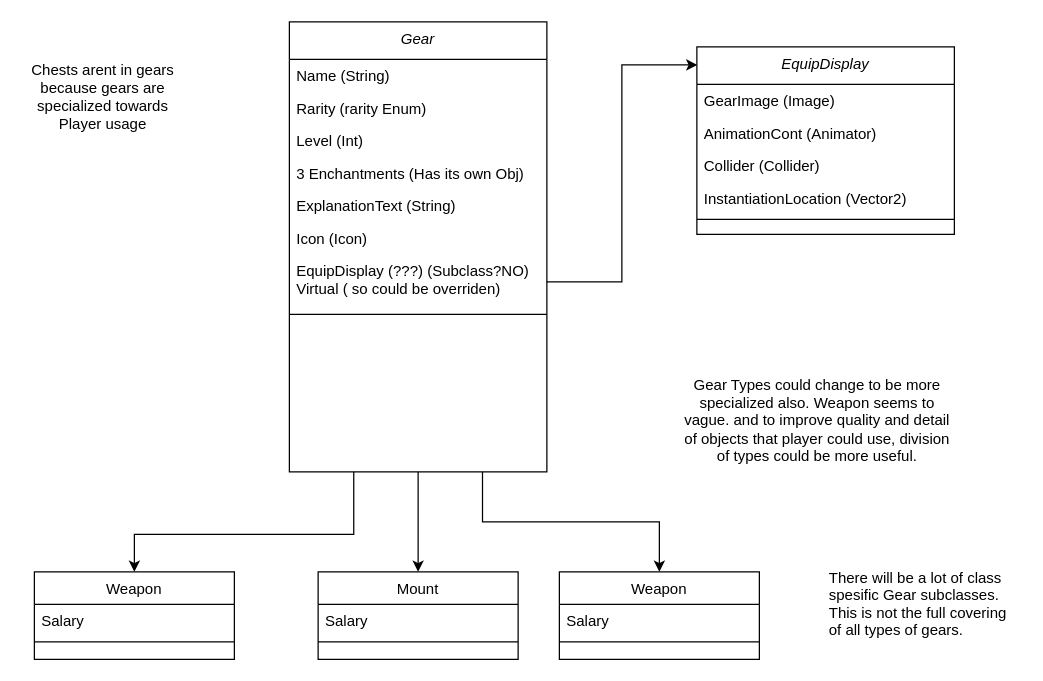
Earlier version of the draw.io diagram GearHierarchy.drawio (DaghanS/GameUpdate). Source tidied: cells renumbered, new cells numbered last; positions are measured from the earlier drawing's top-left corner, leaving out a move shared by most shapes. Both pictures are drawn from the tidied source at 125%, with x=0, y=0 at pixel (21, 21).
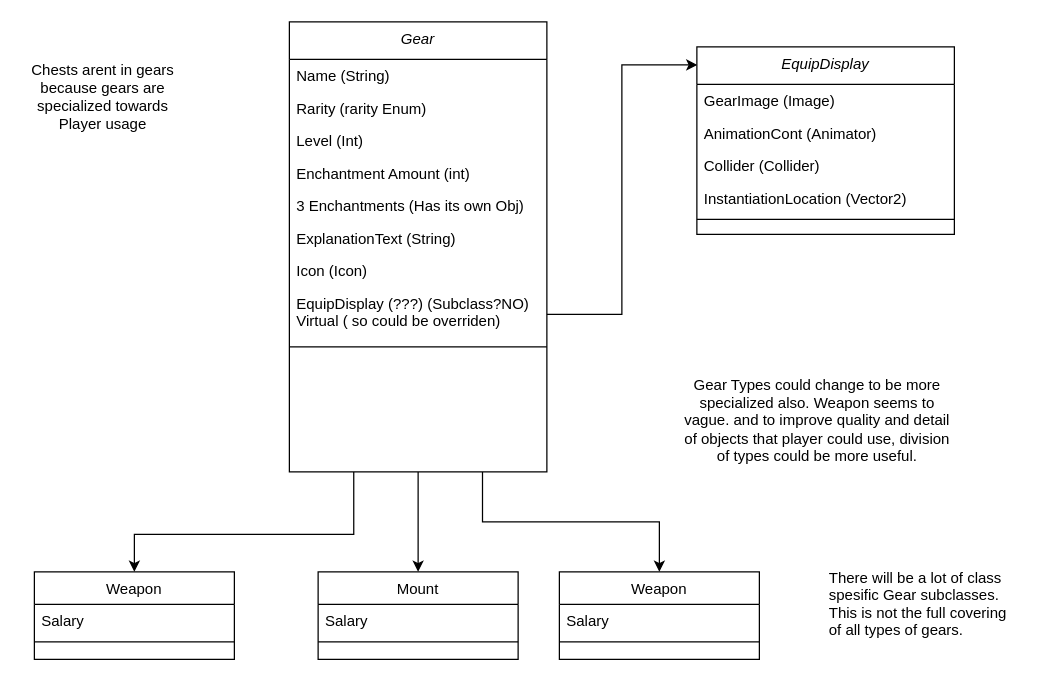
Above is the later version.

The change refers to these unchanged cells:
```xml
<mxCell id="5" value="Gear&#10;" style="swimlane;fontStyle=2;align=center;verticalAlign=top;horizontal=1;startSize=30;rounded=0;shadow=0;strokeWidth=1;strokeColor=default;" parent="1" vertex="1">
  <mxGeometry x="214" width="206" height="360" as="geometry" />
</mxCell>
```

What changed in the source:
```diff
@@
+    <mxCell id="33" value="Enchantment Amount (int)" style="text;align=left;verticalAlign=top;spacingLeft=4;spacingRight=4;overflow=hidden;" parent="5" vertex="1">
+      <mxGeometry y="108" width="206" height="26" as="geometry" />
+    </mxCell>
     <mxCell id="9" value="3 Enchantments (Has its own Obj)" style="text;align=left;verticalAlign=top;spacingLeft=4;spacingRight=4;overflow=hidden;" parent="5" vertex="1">
-      <mxGeometry y="108" width="206" height="26" as="geometry" />
+      <mxGeometry y="134" width="206" height="26" as="geometry" />
     </mxCell>
     <mxCell id="10" value="ExplanationText (String)&#10;" style="text;align=left;verticalAlign=top;spacingLeft=4;spacingRight=4;overflow=hidden;" parent="5" vertex="1">
-      <mxGeometry y="134" width="206" height="26" as="geometry" />
+      <mxGeometry y="160" width="206" height="26" as="geometry" />
     </mxCell>
     <mxCell id="11" value="Icon (Icon)" style="text;align=left;verticalAlign=top;spacingLeft=4;spacingRight=4;overflow=hidden;" parent="5" vertex="1">
-      <mxGeometry y="160" width="206" height="26" as="geometry" />
+      <mxGeometry y="186" width="206" height="26" as="geometry" />
     </mxCell>
     <mxCell id="12" value="EquipDisplay (???) (Subclass?NO)&#10;Virtual ( so could be overriden)&#10;" style="text;align=left;verticalAlign=top;spacingLeft=4;spacingRight=4;overflow=hidden;points=[[0,0.5],[1,0.5]];portConstraint=eastwest;" parent="5" vertex="1">
-      <mxGeometry y="186" width="206" height="44" as="geometry" />
+      <mxGeometry y="212" width="206" height="44" as="geometry" />
     </mxCell>
     <mxCell id="13" style="line;html=1;strokeWidth=1;align=left;verticalAlign=middle;spacingTop=-1;spacingLeft=3;spacingRight=3;labelPosition=right;" parent="5" vertex="1">
-      <mxGeometry y="230" width="206" height="8" as="geometry" />
+      <mxGeometry y="256" width="206" height="8" as="geometry" />
     </mxCell>
```
